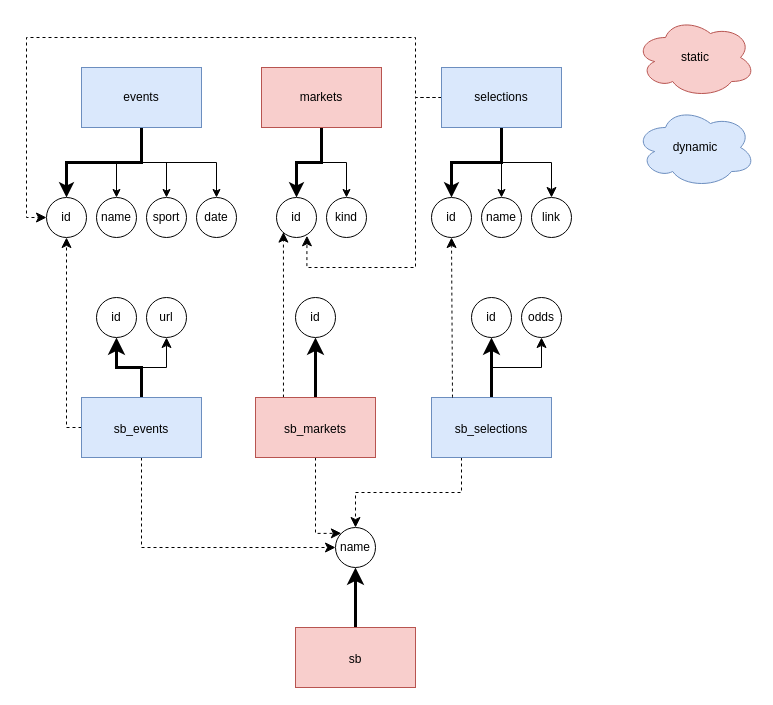
Above: page "db" (1 of 2) of db2/Untitled Diagram.drawio in loemra/live_odds_scraper (draw.io), before the change. Source tidied: cells renumbered, new cells numbered last; positions are measured from the earlier drawing's top-left corner, leaving out a move shared by most shapes. Both pictures are drawn from the tidied source at 100%, with x=0, y=0 at pixel (26, 17).
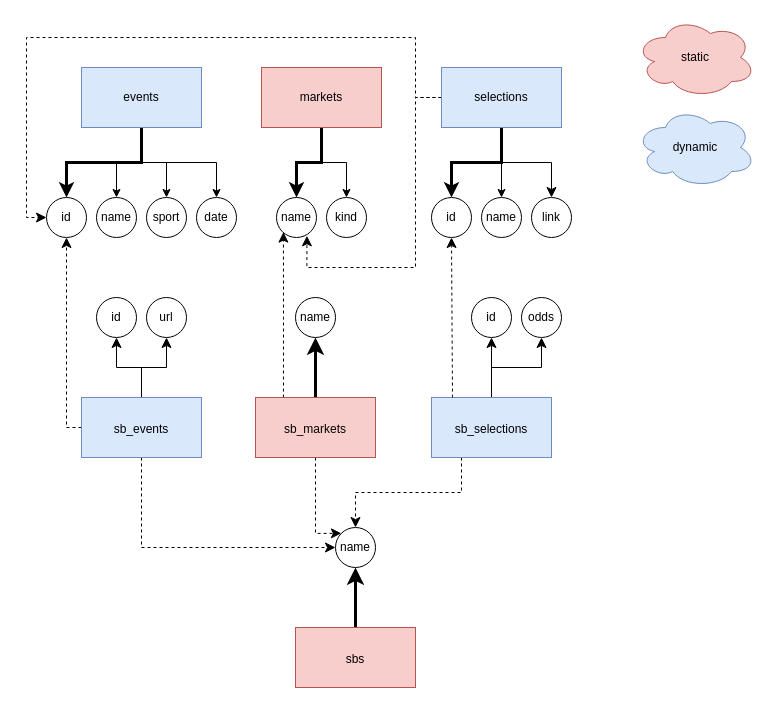
The same page after the edit.

The change refers to these unchanged cells:
```xml
<mxCell id="30" value="&lt;div&gt;&lt;font style=&quot;font-size: 12px;&quot;&gt;sb_events&lt;/font&gt;&lt;/div&gt;" style="rounded=0;whiteSpace=wrap;html=1;fontSize=16;fillColor=#dae8fc;strokeColor=#6c8ebf;" parent="1" vertex="1">
  <mxGeometry x="55" y="380" width="120" height="60" as="geometry" />
</mxCell>
<mxCell id="31" value="id" style="ellipse;whiteSpace=wrap;html=1;rounded=0;" parent="1" vertex="1">
  <mxGeometry x="70" y="280" width="40" height="40" as="geometry" />
</mxCell>
<mxCell id="43" value="&lt;font style=&quot;font-size: 12px;&quot;&gt;sb_selections&lt;/font&gt;" style="rounded=0;whiteSpace=wrap;html=1;fontSize=16;fillColor=#dae8fc;strokeColor=#6c8ebf;" parent="1" vertex="1">
  <mxGeometry x="405" y="380" width="120" height="60" as="geometry" />
</mxCell>
<mxCell id="44" value="id" style="ellipse;whiteSpace=wrap;html=1;rounded=0;" parent="1" vertex="1">
  <mxGeometry x="445" y="280" width="40" height="40" as="geometry" />
</mxCell>
```

The edit, as a diff of the source:
```diff
@@
-    <mxCell id="14" value="id" style="ellipse;whiteSpace=wrap;html=1;rounded=0;" parent="1" vertex="1">
+    <mxCell id="14" value="name" style="ellipse;whiteSpace=wrap;html=1;rounded=0;" parent="1" vertex="1">
       <mxGeometry x="250" y="180" width="40" height="40" as="geometry" />
     </mxCell>
@@
-    <mxCell id="27" style="edgeStyle=orthogonalEdgeStyle;rounded=0;jettySize=auto;html=1;entryX=0.5;entryY=1;entryDx=0;entryDy=0;fontSize=12;startSize=8;endSize=8;exitX=0.5;exitY=0;exitDx=0;exitDy=0;strokeWidth=3;" parent="1" edge="1" source="30" target="31">
+    <mxCell id="27" style="edgeStyle=orthogonalEdgeStyle;rounded=0;jettySize=auto;html=1;entryX=0.5;entryY=1;entryDx=0;entryDy=0;fontSize=12;startSize=8;endSize=8;exitX=0.5;exitY=0;exitDx=0;exitDy=0;strokeWidth=1;" parent="1" edge="1" source="30" target="31">
       <mxGeometry relative="1" as="geometry" />
     </mxCell>
@@
-    <mxCell id="34" value="&lt;font style=&quot;font-size: 12px;&quot;&gt;sb&lt;/font&gt;" style="rounded=0;whiteSpace=wrap;html=1;fontSize=16;fillColor=#f8cecc;strokeColor=#b85450;" parent="1" vertex="1">
+    <mxCell id="34" value="&lt;font style=&quot;font-size: 12px;&quot;&gt;sbs&lt;/font&gt;" style="rounded=0;whiteSpace=wrap;html=1;fontSize=16;fillColor=#f8cecc;strokeColor=#b85450;" parent="1" vertex="1">
       <mxGeometry x="269" y="610" width="120" height="60" as="geometry" />
     </mxCell>
@@
-    <mxCell id="40" value="id" style="ellipse;whiteSpace=wrap;html=1;rounded=0;" parent="1" vertex="1">
+    <mxCell id="40" value="name" style="ellipse;whiteSpace=wrap;html=1;rounded=0;" parent="1" vertex="1">
       <mxGeometry x="269" y="280" width="40" height="40" as="geometry" />
     </mxCell>
-    <mxCell id="41" style="edgeStyle=orthogonalEdgeStyle;rounded=0;jettySize=auto;html=1;entryX=0.5;entryY=1;entryDx=0;entryDy=0;fontSize=12;startSize=8;endSize=8;strokeWidth=3;" parent="1" edge="1" source="43" target="44">
+    <mxCell id="41" style="edgeStyle=orthogonalEdgeStyle;rounded=0;jettySize=auto;html=1;entryX=0.5;entryY=1;entryDx=0;entryDy=0;fontSize=12;startSize=8;endSize=8;strokeWidth=1;" parent="1" edge="1" source="43" target="44">
       <mxGeometry relative="1" as="geometry" />
     </mxCell>
```
